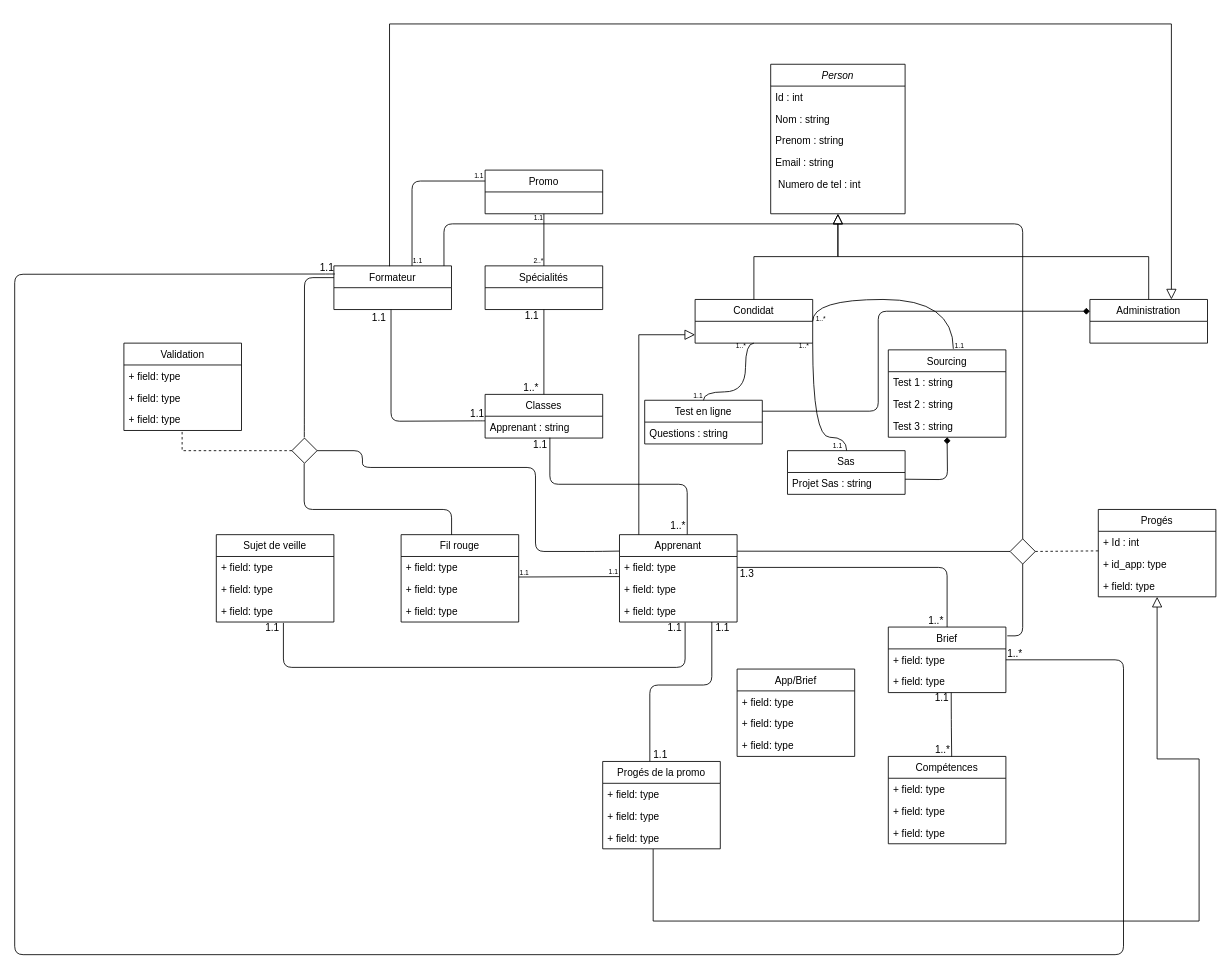
The draw.io diagram Brief 2/Diagramme de classe Youcode.drawio in ELMESKINEAnas/Uml, before the edit. Source tidied: cells renumbered, new cells numbered last; positions are measured from the earlier drawing's top-left corner, leaving out a move shared by most shapes. Both pictures are drawn from the tidied source at 84%, with x=0, y=0 at pixel (14, 24).
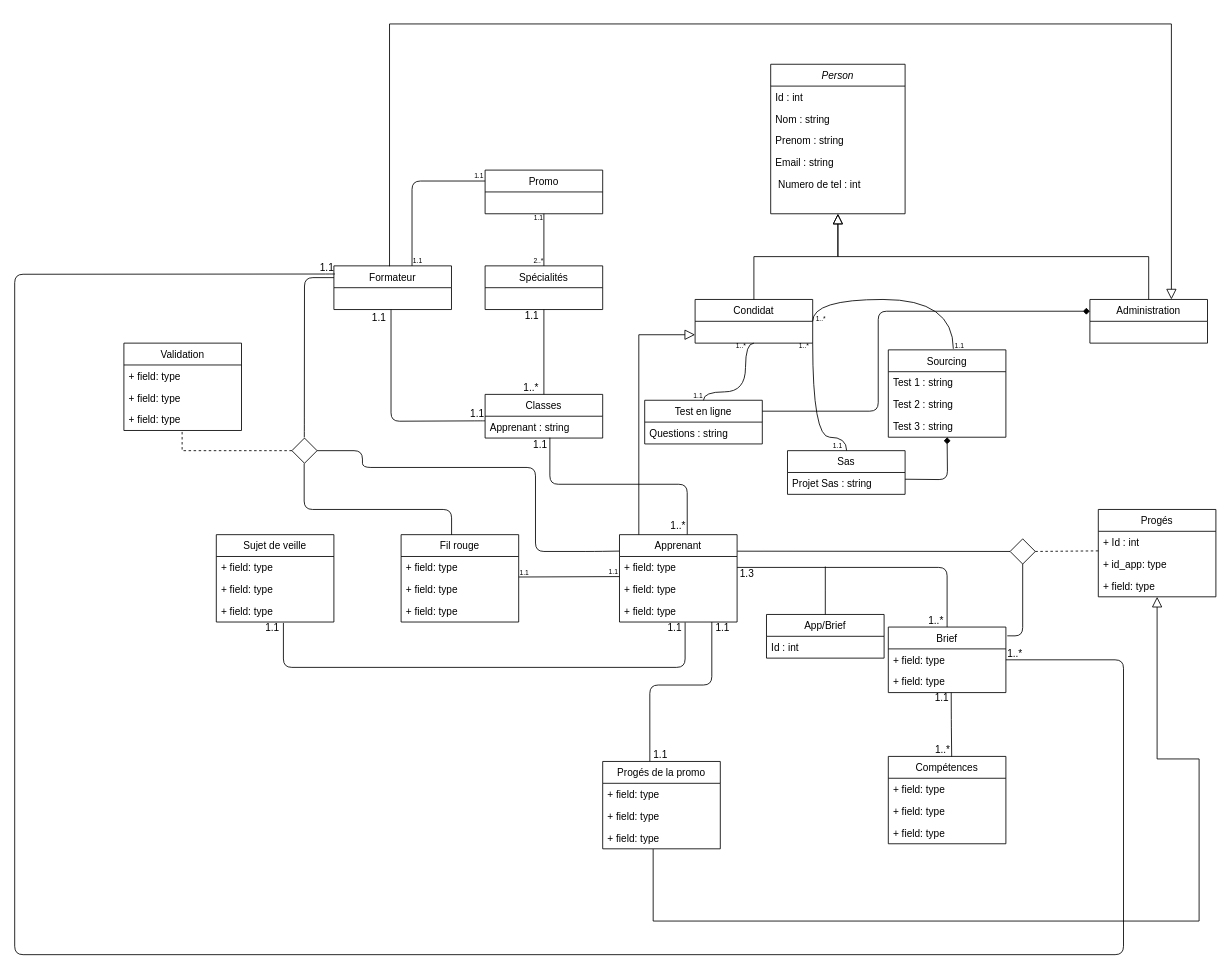
The same diagram, later.

Unchanged cells that the change refers to:
```xml
<mxCell id="22" value="Formateur" style="swimlane;fontStyle=0;horizontal=1;startSize=26;fillColor=none;" parent="1" vertex="1">
  <mxGeometry x="380" y="288" width="140" height="52" as="geometry" />
</mxCell>
<mxCell id="111" style="rhombus;" parent="1" vertex="1">
  <mxGeometry x="1185" y="613" width="30" height="30" as="geometry" />
</mxCell>
```

Diff of the diagram source:
```diff
@@
+    <mxCell id="117" style="edgeStyle=orthogonalEdgeStyle;rounded=0;jettySize=auto;html=1;endArrow=none;endFill=0;" parent="1" edge="1" source="56">
+      <mxGeometry relative="1" as="geometry">
+        <mxPoint x="965" y="646" as="targetPoint" />
+      </mxGeometry>
+    </mxCell>
     <mxCell id="56" value="App/Brief" style="swimlane;fontStyle=0;horizontal=1;startSize=26;fillColor=none;" parent="1" vertex="1">
-      <mxGeometry x="860" y="768" width="140" height="104" as="geometry" />
+      <mxGeometry x="895" y="703" width="140" height="52" as="geometry" />
     </mxCell>
-    <mxCell id="57" value="+ field: type" style="text;strokeColor=none;fillColor=none;align=left;verticalAlign=top;spacingLeft=4;spacingRight=4;overflow=hidden;" parent="56" vertex="1">
+    <mxCell id="57" value="Id : int" style="text;strokeColor=none;fillColor=none;align=left;verticalAlign=top;spacingLeft=4;spacingRight=4;overflow=hidden;" parent="56" vertex="1">
       <mxGeometry y="26" width="140" height="26" as="geometry" />
     </mxCell>
-    <mxCell id="58" value="+ field: type" style="text;strokeColor=none;fillColor=none;align=left;verticalAlign=top;spacingLeft=4;spacingRight=4;overflow=hidden;" parent="56" vertex="1">
-      <mxGeometry y="52" width="140" height="26" as="geometry" />
-    </mxCell>
-    <mxCell id="59" value="+ field: type" style="text;strokeColor=none;fillColor=none;align=left;verticalAlign=top;spacingLeft=4;spacingRight=4;overflow=hidden;" parent="56" vertex="1">
-      <mxGeometry y="78" width="140" height="26" as="geometry" />
-    </mxCell>
@@
-    <mxCell id="115" style="endArrow=none;html=1;edgeStyle=orthogonalEdgeStyle;entryX=0.5;entryY=0;entryDx=0;entryDy=0;exitX=0.936;exitY=0.001;exitDx=0;exitDy=0;exitPerimeter=0;" parent="1" edge="1" source="22" target="111">
-      <mxGeometry relative="1" as="geometry">
-        <Array as="points">
-          <mxPoint x="511" y="238" />
-          <mxPoint x="1200" y="238" />
-        </Array>
-      </mxGeometry>
-    </mxCell>
```
